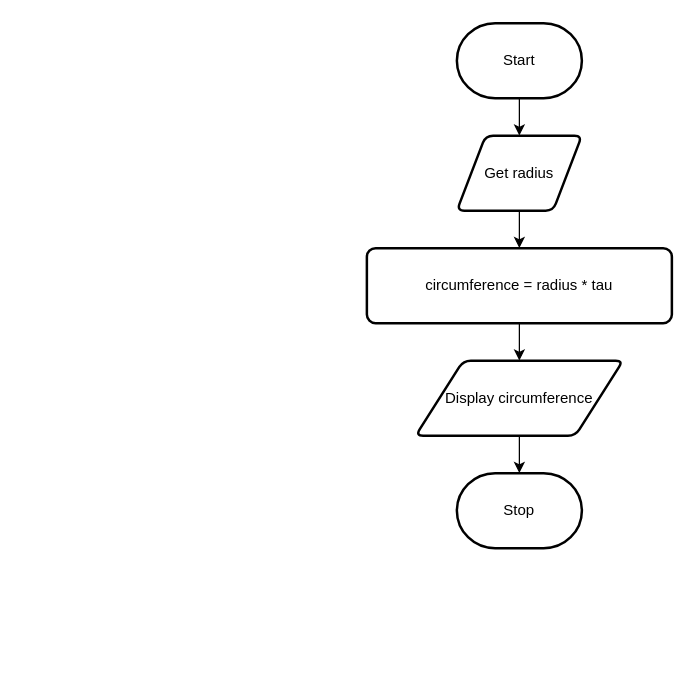
The draw.io diagram page "Flowchart" (1 of 2) of design.drawio in Samuel-Webster-178/ICS3U-Assignment-05-Python, before the edit. Source tidied: cells renumbered, new cells numbered last; positions are measured from the earlier drawing's top-left corner, leaving out a move shared by most shapes. Both pictures are drawn from the tidied source at 125%, with x=0, y=0 at pixel (366, 22).
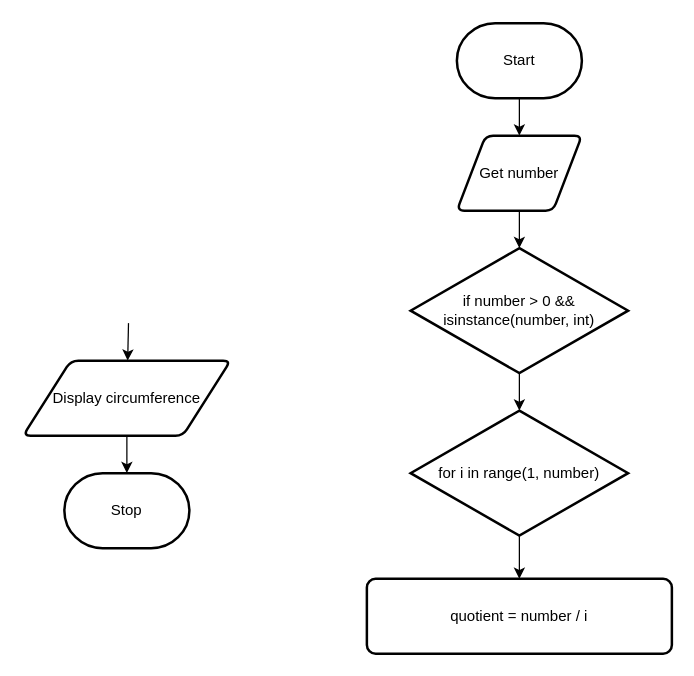
After the change.

Commit message (it also covers changes not shown here):
des unfinished

Diff of the diagram source:
```diff
@@
 <mxGraphModel>
   <root>
     <mxCell id="0" />
     <mxCell id="1" parent="0" />
     <mxCell id="2" style="edgeStyle=none;html=1;" parent="1" edge="1" source="3" target="5">
       <mxGeometry relative="1" as="geometry" />
     </mxCell>
     <mxCell id="3" value="Start" style="strokeWidth=2;html=1;shape=mxgraph.flowchart.terminator;whiteSpace=wrap;" parent="1" vertex="1">
       <mxGeometry x="72" width="100" height="60" as="geometry" />
     </mxCell>
-    <mxCell id="4" style="edgeStyle=none;html=1;" parent="1" edge="1" source="5" target="7">
-      <mxGeometry relative="1" as="geometry" />
-    </mxCell>
+    <mxCell id="11" style="edgeStyle=none;html=1;" parent="1" edge="1" source="5" target="16">
+      <mxGeometry relative="1" as="geometry" />
+    </mxCell>
-    <mxCell id="5" value="Get radius" style="shape=parallelogram;html=1;strokeWidth=2;perimeter=parallelogramPerimeter;whiteSpace=wrap;rounded=1;arcSize=12;size=0.23;" parent="1" vertex="1">
+    <mxCell id="5" value="Get number" style="shape=parallelogram;html=1;strokeWidth=2;perimeter=parallelogramPerimeter;whiteSpace=wrap;rounded=1;arcSize=12;size=0.23;" parent="1" vertex="1">
       <mxGeometry x="72" y="90" width="100" height="60" as="geometry" />
     </mxCell>
-    <mxCell id="6" style="edgeStyle=none;html=1;" parent="1" edge="1" source="7" target="9">
-      <mxGeometry relative="1" as="geometry" />
+    <mxCell id="6" style="edgeStyle=none;html=1;" parent="1" edge="1" target="9">
+      <mxGeometry relative="1" as="geometry">
+        <mxPoint x="-190.7" y="240" as="sourcePoint" />
+      </mxGeometry>
     </mxCell>
-    <mxCell id="7" value="circumference = radius * tau" style="rounded=1;whiteSpace=wrap;html=1;absoluteArcSize=1;arcSize=14;strokeWidth=2;" parent="1" vertex="1">
-      <mxGeometry y="180" width="244" height="60" as="geometry" />
-    </mxCell>
     <mxCell id="8" style="edgeStyle=none;html=1;" parent="1" edge="1" source="9" target="10">
       <mxGeometry relative="1" as="geometry" />
     </mxCell>
     <mxCell id="9" value="Display circumference" style="shape=parallelogram;html=1;strokeWidth=2;perimeter=parallelogramPerimeter;whiteSpace=wrap;rounded=1;arcSize=12;size=0.23;" parent="1" vertex="1">
-      <mxGeometry x="39" y="270" width="166" height="60" as="geometry" />
+      <mxGeometry x="-275" y="270" width="166" height="60" as="geometry" />
     </mxCell>
     <mxCell id="10" value="Stop" style="strokeWidth=2;html=1;shape=mxgraph.flowchart.terminator;whiteSpace=wrap;" parent="1" vertex="1">
-      <mxGeometry x="72" y="360" width="100" height="60" as="geometry" />
+      <mxGeometry x="-242" y="360" width="100" height="60" as="geometry" />
     </mxCell>
+    <mxCell id="12" style="edgeStyle=none;html=1;" parent="1" edge="1" target="13">
+      <mxGeometry relative="1" as="geometry">
+        <mxPoint x="122" y="400" as="sourcePoint" />
+      </mxGeometry>
+    </mxCell>
+    <mxCell id="13" value="quotient = number / i" style="rounded=1;whiteSpace=wrap;html=1;absoluteArcSize=1;arcSize=14;strokeWidth=2;" parent="1" vertex="1">
+      <mxGeometry y="444.5" width="244" height="60" as="geometry" />
+    </mxCell>
+    <mxCell id="14" value="for i in range(1, number)" style="strokeWidth=2;html=1;shape=mxgraph.flowchart.decision;whiteSpace=wrap;" parent="1" vertex="1">
+      <mxGeometry x="35" y="310" width="174" height="100" as="geometry" />
+    </mxCell>
+    <mxCell id="15" style="edgeStyle=none;html=1;" parent="1" edge="1" source="16" target="14">
+      <mxGeometry relative="1" as="geometry" />
+    </mxCell>
+    <mxCell id="16" value="if number &amp;gt; 0 &amp;amp;&amp;amp; isinstance(number, int)" style="strokeWidth=2;html=1;shape=mxgraph.flowchart.decision;whiteSpace=wrap;" parent="1" vertex="1">
+      <mxGeometry x="35" y="180" width="174" height="100" as="geometry" />
+    </mxCell>
   </root>
 </mxGraphModel>
```
